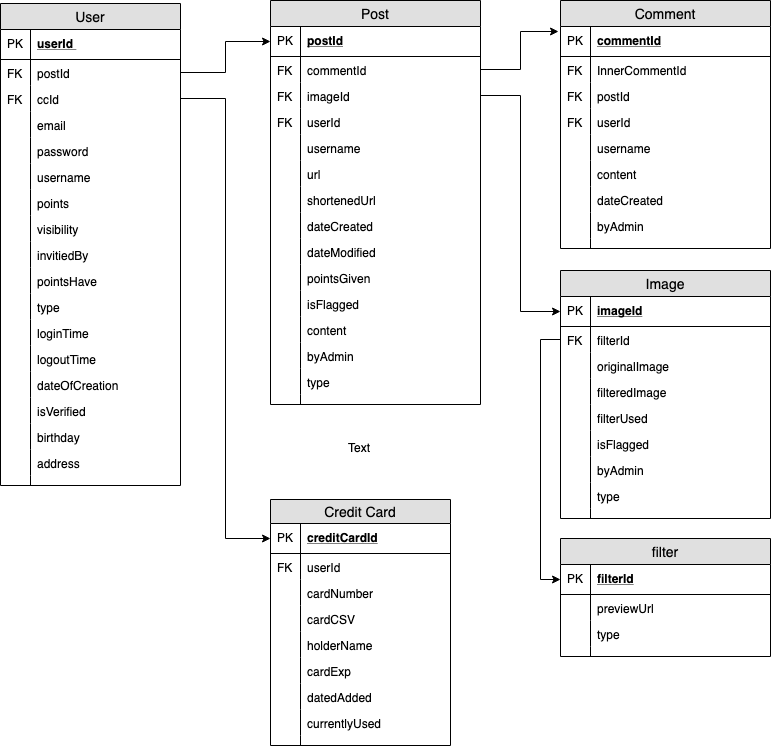
Earlier version of the draw.io export er.png (TamasPalfi/High-Level-Requirements). Source tidied: cells renumbered, new cells last; positions are measured from the earlier drawing's top-left corner, leaving out a move shared by most shapes.
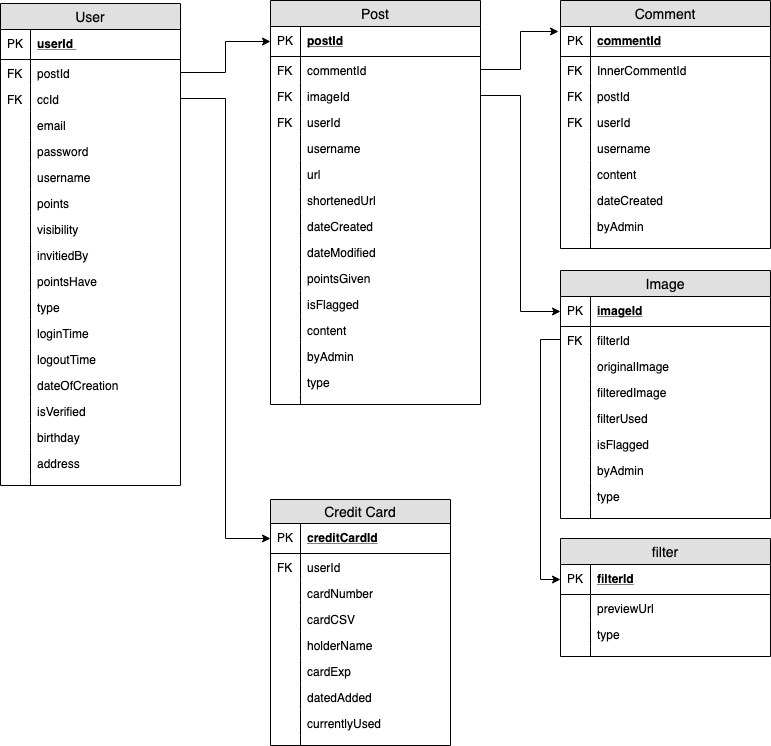
Above is the later version.

Change to the diagram source:
```diff
@@ -419,8 +419,5 @@
     <mxCell id="140" style="edgeStyle=orthogonalEdgeStyle;rounded=0;jettySize=auto;html=1;entryX=0;entryY=0.5;entryDx=0;entryDy=0;" parent="1" edge="1" source="7" target="109">
       <mxGeometry relative="1" as="geometry" />
     </mxCell>
-    <mxCell id="141" value="Text" style="text;html=1;align=left;verticalAlign=top;spacingTop=-4;" parent="1" vertex="1">
-      <mxGeometry x="346" y="438" width="40" height="20" as="geometry" />
-    </mxCell>
   </root>
 </mxGraphModel>
```
